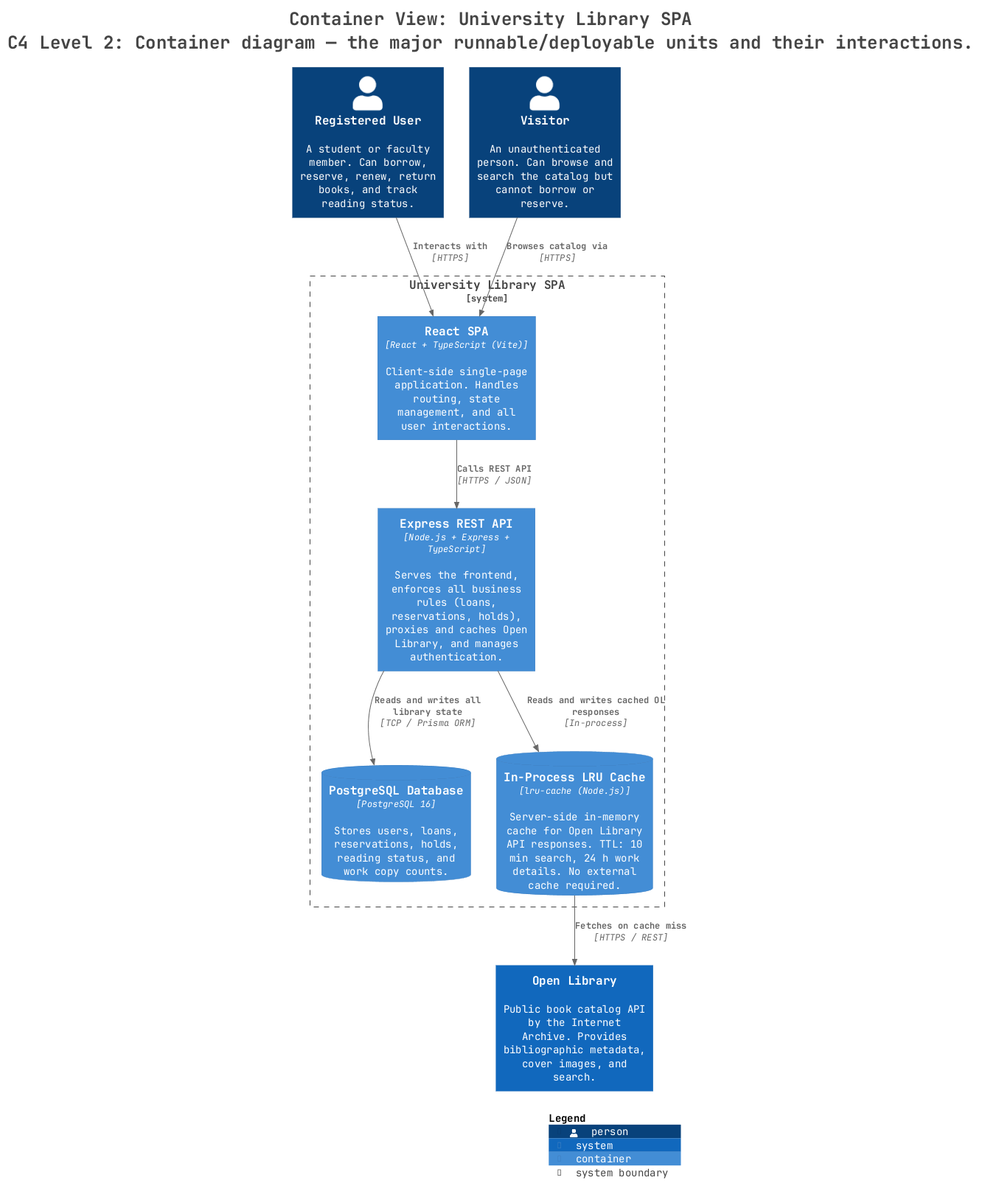
Catriel42/university-library keeps this PlantUML diagram as docs/architecture/diagrams/structurizr-Containers.png. Above is the earlier version. Its diagram source:
```plantuml
@startuml
title <size:24>Container View: University Library SPA</size>\n<size:24>C4 Level 2: Container diagram — the major runnable/deployable units and their interactions.</size>

set separator none
top to bottom direction

<style>
  root {
    BackgroundColor: #ffffff
    FontColor: #444444
  }
</style>

!include <C4/C4>
!include <C4/C4_Context>
!include <C4/C4_Container>

Person(RegisteredUser, "Registered User", $descr="A student or faculty member. Can borrow, reserve, renew, return books, and track reading status.", $tags="", $link="")
Person(Visitor, "Visitor", $descr="An unauthenticated person. Can browse and search the catalog but cannot borrow or reserve.", $tags="", $link="")
System(OpenLibrary, "Open Library", $descr="Public book catalog API by the Internet Archive. Provides bibliographic metadata, cover images, and search.", $tags="", $link="")

System_Boundary("UniversityLibrarySPA_boundary", "University Library SPA", $tags="") {
  ContainerDb(UniversityLibrarySPA.PostgreSQLDatabase, "PostgreSQL Database", $techn="PostgreSQL 16", $descr="Stores users, loans, reservations, holds, reading status, and work copy counts.", $tags="", $link="")
  ContainerDb(UniversityLibrarySPA.InProcessLRUCache, "In-Process LRU Cache", $techn="lru-cache (Node.js)", $descr="Server-side in-memory cache for Open Library API responses. TTL: 10 min search, 24 h work details. No external cache required.", $tags="", $link="")
  Container(UniversityLibrarySPA.ReactSPA, "React SPA", $techn="React + TypeScript (Vite)", $descr="Client-side single-page application. Handles routing, state management, and all user interactions.", $tags="", $link="")
  Container(UniversityLibrarySPA.ExpressRESTAPI, "Express REST API", $techn="Node.js + Express + TypeScript", $descr="Serves the frontend, enforces all business rules (loans, reservations, holds), proxies and caches Open Library, and manages authentication.", $tags="", $link="")
}

Rel(RegisteredUser, UniversityLibrarySPA.ReactSPA, "Interacts with", $techn="HTTPS", $tags="", $link="")
Rel(Visitor, UniversityLibrarySPA.ReactSPA, "Browses catalog via", $techn="HTTPS", $tags="", $link="")
Rel(UniversityLibrarySPA.ReactSPA, UniversityLibrarySPA.ExpressRESTAPI, "Calls REST API", $techn="HTTPS / JSON", $tags="", $link="")
Rel(UniversityLibrarySPA.ExpressRESTAPI, UniversityLibrarySPA.PostgreSQLDatabase, "Reads and writes all library state", $techn="TCP / Prisma ORM", $tags="", $link="")
Rel(UniversityLibrarySPA.ExpressRESTAPI, UniversityLibrarySPA.InProcessLRUCache, "Reads and writes cached OL responses", $techn="In-process", $tags="", $link="")
Rel(UniversityLibrarySPA.InProcessLRUCache, OpenLibrary, "Fetches on cache miss", $techn="HTTPS / REST", $tags="", $link="")

SHOW_LEGEND(true)
hide stereotypes
@enduml
```
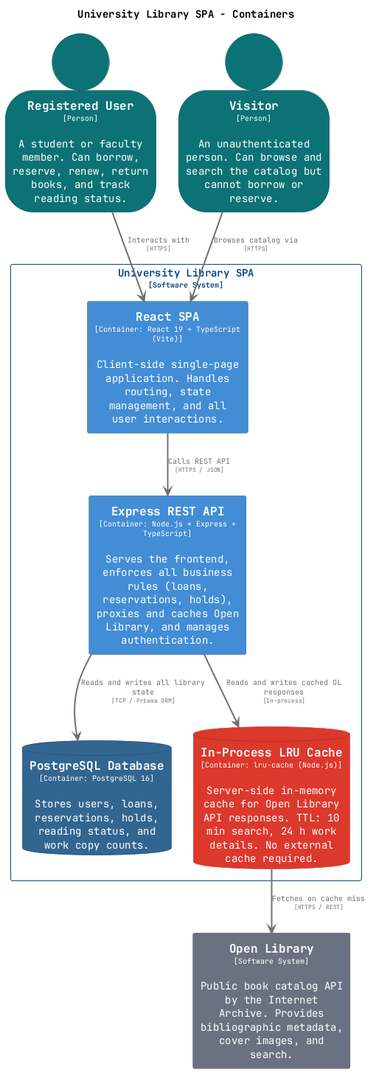
The same file after the commit.

Change to the diagram source:
```diff
@@ -1,38 +1,83 @@
 @startuml
-title <size:24>Container View: University Library SPA</size>\n<size:24>C4 Level 2: Container diagram — the major runnable/deployable units and their interactions.</size>
+set separator none
+title University Library SPA - Containers
 
-set separator none
 top to bottom direction
+skinparam ranksep 60
+skinparam nodesep 30
 
-<style>
-  root {
-    BackgroundColor: #ffffff
-    FontColor: #444444
-  }
-</style>
-
-!include <C4/C4>
-!include <C4/C4_Context>
-!include <C4/C4_Container>
-
-Person(RegisteredUser, "Registered User", $descr="A student or faculty member. Can borrow, reserve, renew, return books, and track reading status.", $tags="", $link="")
-Person(Visitor, "Visitor", $descr="An unauthenticated person. Can browse and search the catalog but cannot borrow or reserve.", $tags="", $link="")
-System(OpenLibrary, "Open Library", $descr="Public book catalog API by the Internet Archive. Provides bibliographic metadata, cover images, and search.", $tags="", $link="")
-
-System_Boundary("UniversityLibrarySPA_boundary", "University Library SPA", $tags="") {
-  ContainerDb(UniversityLibrarySPA.PostgreSQLDatabase, "PostgreSQL Database", $techn="PostgreSQL 16", $descr="Stores users, loans, reservations, holds, reading status, and work copy counts.", $tags="", $link="")
-  ContainerDb(UniversityLibrarySPA.InProcessLRUCache, "In-Process LRU Cache", $techn="lru-cache (Node.js)", $descr="Server-side in-memory cache for Open Library API responses. TTL: 10 min search, 24 h work details. No external cache required.", $tags="", $link="")
-  Container(UniversityLibrarySPA.ReactSPA, "React SPA", $techn="React + TypeScript (Vite)", $descr="Client-side single-page application. Handles routing, state management, and all user interactions.", $tags="", $link="")
-  Container(UniversityLibrarySPA.ExpressRESTAPI, "Express REST API", $techn="Node.js + Express + TypeScript", $descr="Serves the frontend, enforces all business rules (loans, reservations, holds), proxies and caches Open Library, and manages authentication.", $tags="", $link="")
+skinparam {
+  arrowFontSize 10
+  defaultTextAlignment center
+  wrapWidth 200
+  maxMessageSize 100
 }
 
-Rel(RegisteredUser, UniversityLibrarySPA.ReactSPA, "Interacts with", $techn="HTTPS", $tags="", $link="")
-Rel(Visitor, UniversityLibrarySPA.ReactSPA, "Browses catalog via", $techn="HTTPS", $tags="", $link="")
-Rel(UniversityLibrarySPA.ReactSPA, UniversityLibrarySPA.ExpressRESTAPI, "Calls REST API", $techn="HTTPS / JSON", $tags="", $link="")
-Rel(UniversityLibrarySPA.ExpressRESTAPI, UniversityLibrarySPA.PostgreSQLDatabase, "Reads and writes all library state", $techn="TCP / Prisma ORM", $tags="", $link="")
-Rel(UniversityLibrarySPA.ExpressRESTAPI, UniversityLibrarySPA.InProcessLRUCache, "Reads and writes cached OL responses", $techn="In-process", $tags="", $link="")
-Rel(UniversityLibrarySPA.InProcessLRUCache, OpenLibrary, "Fetches on cache miss", $techn="HTTPS / REST", $tags="", $link="")
+hide stereotype
 
-SHOW_LEGEND(true)
-hide stereotypes
+skinparam rectangle<<UniversityLibrarySPA.ExpressRESTAPI>> {
+  BackgroundColor #438dd5
+  FontColor #ffffff
+  BorderColor #2e6295
+  shadowing false
+}
+skinparam database<<UniversityLibrarySPA.InProcessLRUCache>> {
+  BackgroundColor #dc382d
+  FontColor #ffffff
+  BorderColor #9a271f
+  shadowing false
+}
+skinparam rectangle<<OpenLibrary>> {
+  BackgroundColor #6b7280
+  FontColor #ffffff
+  BorderColor #4a4f59
+  shadowing false
+}
+skinparam database<<UniversityLibrarySPA.PostgreSQLDatabase>> {
+  BackgroundColor #336791
+  FontColor #ffffff
+  BorderColor #234865
+  shadowing false
+}
+skinparam rectangle<<UniversityLibrarySPA.ReactSPA>> {
+  BackgroundColor #438dd5
+  FontColor #ffffff
+  BorderColor #2e6295
+  shadowing false
+}
+skinparam person<<RegisteredUser>> {
+  BackgroundColor #0d7377
+  FontColor #ffffff
+  BorderColor #095053
+  shadowing false
+}
+skinparam person<<Visitor>> {
+  BackgroundColor #0d7377
+  FontColor #ffffff
+  BorderColor #095053
+  shadowing false
+}
+skinparam rectangle<<UniversityLibrarySPA>> {
+  BorderColor #0b4884
+  FontColor #0b4884
+  shadowing false
+}
+
+person "==Registered User\n<size:10>[Person]</size>\n\nA student or faculty member. Can borrow, reserve, renew, return books, and track reading status." <<RegisteredUser>> as RegisteredUser
+person "==Visitor\n<size:10>[Person]</size>\n\nAn unauthenticated person. Can browse and search the catalog but cannot borrow or reserve." <<Visitor>> as Visitor
+rectangle "==Open Library\n<size:10>[Software System]</size>\n\nPublic book catalog API by the Internet Archive. Provides bibliographic metadata, cover images, and search." <<OpenLibrary>> as OpenLibrary
+
+rectangle "University Library SPA\n<size:10>[Software System]</size>" <<UniversityLibrarySPA>> {
+  rectangle "==React SPA\n<size:10>[Container: React 19 + TypeScript (Vite)]</size>\n\nClient-side single-page application. Handles routing, state management, and all user interactions." <<UniversityLibrarySPA.ReactSPA>> as UniversityLibrarySPA.ReactSPA
+  rectangle "==Express REST API\n<size:10>[Container: Node.js + Express + TypeScript]</size>\n\nServes the frontend, enforces all business rules (loans, reservations, holds), proxies and caches Open Library, and manages authentication." <<UniversityLibrarySPA.ExpressRESTAPI>> as UniversityLibrarySPA.ExpressRESTAPI
+  database "==PostgreSQL Database\n<size:10>[Container: PostgreSQL 16]</size>\n\nStores users, loans, reservations, holds, reading status, and work copy counts." <<UniversityLibrarySPA.PostgreSQLDatabase>> as UniversityLibrarySPA.PostgreSQLDatabase
+  database "==In-Process LRU Cache\n<size:10>[Container: lru-cache (Node.js)]</size>\n\nServer-side in-memory cache for Open Library API responses. TTL: 10 min search, 24 h work details. No external cache required." <<UniversityLibrarySPA.InProcessLRUCache>> as UniversityLibrarySPA.InProcessLRUCache
+}
+
+RegisteredUser -[#707070,thickness=2]-> UniversityLibrarySPA.ReactSPA : "<color:#707070>Interacts with\n<color:#707070><size:8>[HTTPS]</size>"
+Visitor -[#707070,thickness=2]-> UniversityLibrarySPA.ReactSPA : "<color:#707070>Browses catalog via\n<color:#707070><size:8>[HTTPS]</size>"
+UniversityLibrarySPA.ReactSPA -[#707070,thickness=2]-> UniversityLibrarySPA.ExpressRESTAPI : "<color:#707070>Calls REST API\n<color:#707070><size:8>[HTTPS / JSON]</size>"
+UniversityLibrarySPA.ExpressRESTAPI -[#707070,thickness=2]-> UniversityLibrarySPA.PostgreSQLDatabase : "<color:#707070>Reads and writes all library state\n<color:#707070><size:8>[TCP / Prisma ORM]</size>"
+UniversityLibrarySPA.ExpressRESTAPI -[#707070,thickness=2]-> UniversityLibrarySPA.InProcessLRUCache : "<color:#707070>Reads and writes cached OL responses\n<color:#707070><size:8>[In-process]</size>"
+UniversityLibrarySPA.InProcessLRUCache -[#707070,thickness=2]-> OpenLibrary : "<color:#707070>Fetches on cache miss\n<color:#707070><size:8>[HTTPS / REST]</size>"
 @enduml
```
